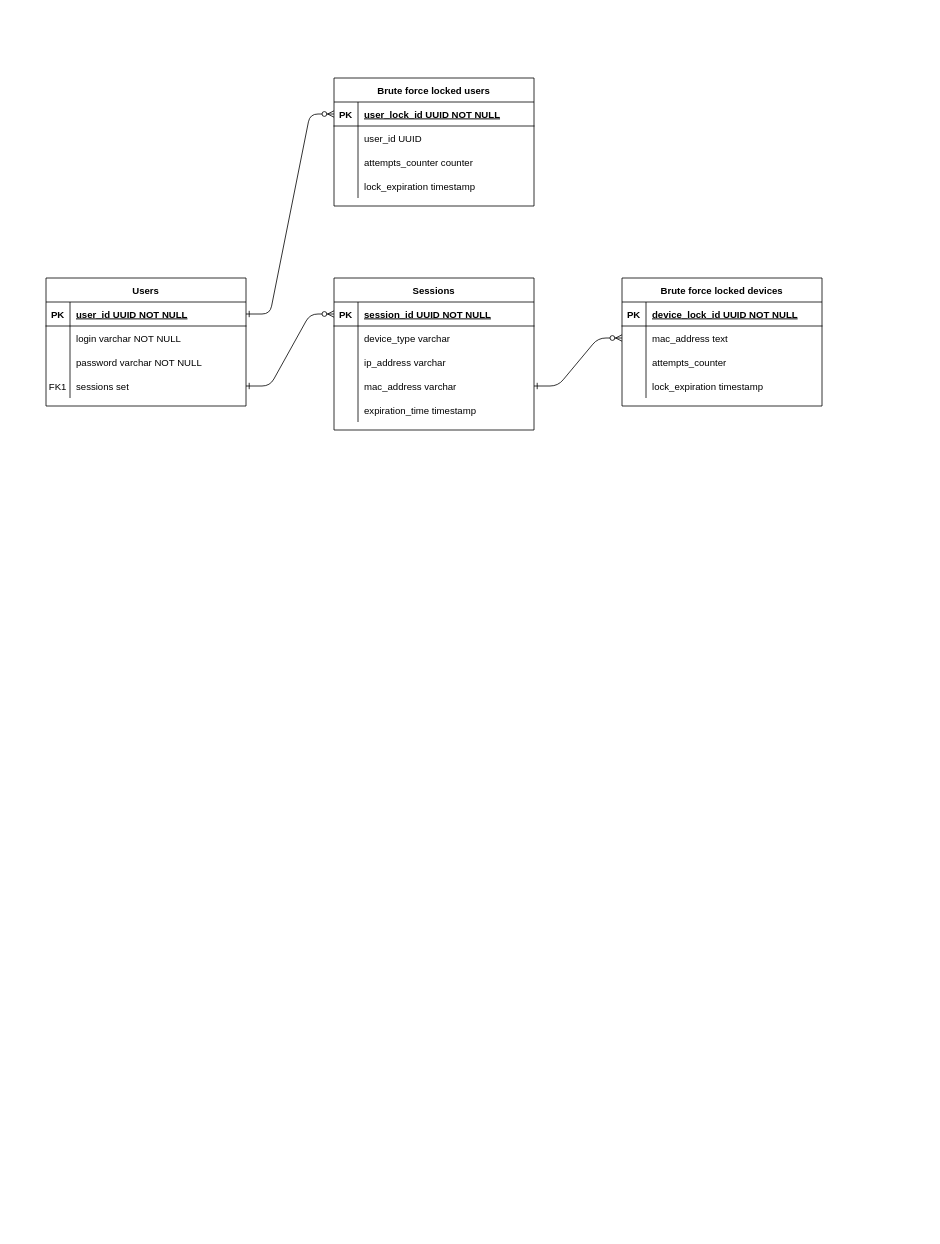
Before: docs/DB_schema.drawio in CoyotWilly/CaSSO, a draw.io diagram. Source tidied: cells renumbered, new cells numbered last; positions are measured from the earlier drawing's top-left corner, leaving out a move shared by most shapes. Both pictures are drawn from the tidied source at 80%, with x=0, y=0 at pixel (46, 78).
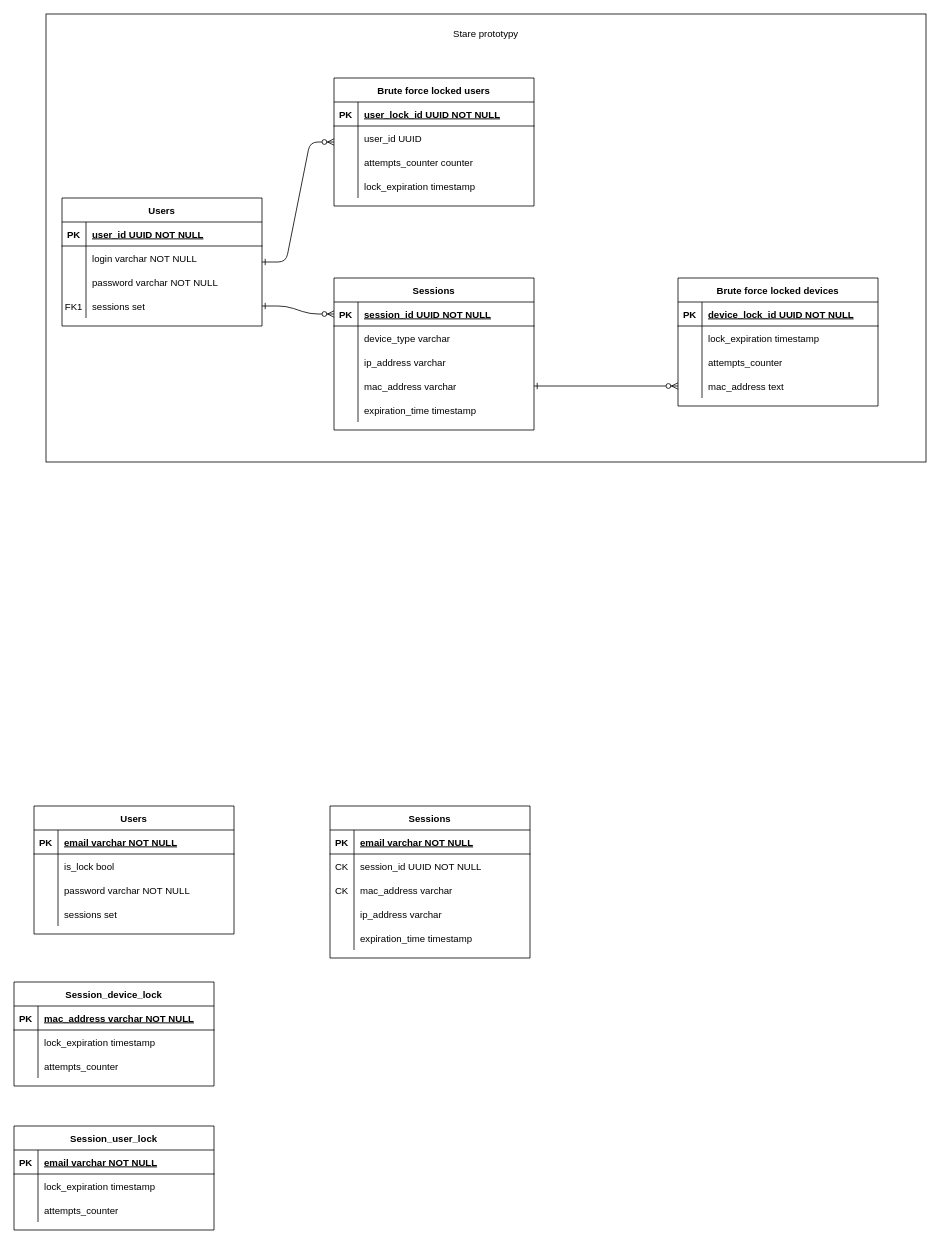
The same diagram, later.

The change refers to these unchanged cells:
```xml
<mxCell id="3" style="shape=partialRectangle;fillColor=none;points=[[0,0.5],[1,0.5]];portConstraint=eastwest;top=0;left=0;right=0;bottom=1;" parent="2" vertex="1">
  <mxGeometry y="30" width="250" height="30" as="geometry" />
</mxCell>
<mxCell id="45" style="shape=partialRectangle;fillColor=none;points=[[0,0.5],[1,0.5]];portConstraint=eastwest;top=0;left=0;right=0;bottom=1;" parent="44" vertex="1">
  <mxGeometry y="30" width="250" height="30" as="geometry" />
</mxCell>
```

The edit, as a diff of the source:
```diff
@@
+    <mxCell id="60" style="rounded=0;whiteSpace=wrap;html=1;" parent="1" vertex="1">
+      <mxGeometry y="-80" width="1100" height="560" as="geometry" />
+    </mxCell>
     <mxCell id="2" value="Users" style="shape=table;startSize=30;childLayout=tableLayout;rowLines=0;fontStyle=1;align=center;" parent="1" vertex="1">
-      <mxGeometry y="250" width="250" height="160" as="geometry" />
+      <mxGeometry x="20" y="150" width="250" height="160" as="geometry" />
     </mxCell>
@@
     <mxCell id="31" value="Brute force locked devices" style="shape=table;startSize=30;childLayout=tableLayout;rowLines=0;fontStyle=1;align=center;" parent="1" vertex="1">
-      <mxGeometry x="720" y="250" width="250" height="160" as="geometry" />
+      <mxGeometry x="790" y="250" width="250" height="160" as="geometry" />
     </mxCell>
@@
+    <mxCell id="41" style="shape=partialRectangle;fillColor=none;top=0;left=0;right=0;bottom=0;" parent="31" vertex="1">
+      <mxGeometry y="60" width="250" height="30" as="geometry" />
+    </mxCell>
+    <mxCell id="42" style="shape=partialRectangle;overflow=hidden;fillColor=none;top=0;left=0;bottom=0;right=0;" parent="41" vertex="1">
+      <mxGeometry width="30" height="30" as="geometry" />
+    </mxCell>
+    <mxCell id="43" value="lock_expiration timestamp" style="shape=partialRectangle;overflow=hidden;fillColor=none;top=0;left=0;bottom=0;right=0;align=left;spacingLeft=6;" parent="41" vertex="1">
+      <mxGeometry x="30" width="220" height="30" as="geometry" />
+    </mxCell>
+    <mxCell id="38" style="shape=partialRectangle;fillColor=none;top=0;left=0;right=0;bottom=0;" parent="31" vertex="1">
+      <mxGeometry y="90" width="250" height="30" as="geometry" />
+    </mxCell>
+    <mxCell id="39" style="shape=partialRectangle;overflow=hidden;fillColor=none;top=0;left=0;bottom=0;right=0;" parent="38" vertex="1">
+      <mxGeometry width="30" height="30" as="geometry" />
+    </mxCell>
+    <mxCell id="40" value="attempts_counter" style="shape=partialRectangle;overflow=hidden;fillColor=none;top=0;left=0;bottom=0;right=0;align=left;spacingLeft=6;" parent="38" vertex="1">
+      <mxGeometry x="30" width="220" height="30" as="geometry" />
+    </mxCell>
     <mxCell id="35" style="shape=partialRectangle;fillColor=none;points=[[0,0.5],[1,0.5]];portConstraint=eastwest;top=0;left=0;right=0;bottom=0;" parent="31" vertex="1">
-      <mxGeometry y="60" width="250" height="30" as="geometry" />
+      <mxGeometry y="120" width="250" height="30" as="geometry" />
     </mxCell>
@@
-    <mxCell id="38" style="shape=partialRectangle;fillColor=none;top=0;left=0;right=0;bottom=0;" parent="31" vertex="1">
-      <mxGeometry y="90" width="250" height="30" as="geometry" />
-    </mxCell>
-    <mxCell id="39" style="shape=partialRectangle;overflow=hidden;fillColor=none;top=0;left=0;bottom=0;right=0;" parent="38" vertex="1">
-      <mxGeometry width="30" height="30" as="geometry" />
-    </mxCell>
-    <mxCell id="40" value="attempts_counter" style="shape=partialRectangle;overflow=hidden;fillColor=none;top=0;left=0;bottom=0;right=0;align=left;spacingLeft=6;" parent="38" vertex="1">
-      <mxGeometry x="30" width="220" height="30" as="geometry" />
-    </mxCell>
-    <mxCell id="41" style="shape=partialRectangle;fillColor=none;top=0;left=0;right=0;bottom=0;" parent="31" vertex="1">
-      <mxGeometry y="120" width="250" height="30" as="geometry" />
-    </mxCell>
-    <mxCell id="42" style="shape=partialRectangle;overflow=hidden;fillColor=none;top=0;left=0;bottom=0;right=0;" parent="41" vertex="1">
-      <mxGeometry width="30" height="30" as="geometry" />
-    </mxCell>
-    <mxCell id="43" value="lock_expiration timestamp" style="shape=partialRectangle;overflow=hidden;fillColor=none;top=0;left=0;bottom=0;right=0;align=left;spacingLeft=6;" parent="41" vertex="1">
-      <mxGeometry x="30" width="220" height="30" as="geometry" />
-    </mxCell>
@@
-    <mxCell id="59" style="edgeStyle=entityRelationEdgeStyle;shape=connector;rounded=1;jettySize=auto;html=1;exitX=1;exitY=0.5;exitDx=0;exitDy=0;entryX=0;entryY=0.5;entryDx=0;entryDy=0;strokeColor=default;align=center;verticalAlign=middle;fontFamily=Helvetica;fontSize=11;fontColor=default;labelBackgroundColor=default;startArrow=ERone;startFill=0;endArrow=ERzeroToMany;endFill=1;" parent="1" edge="1" source="3" target="45">
-      <mxGeometry relative="1" as="geometry" />
+    <mxCell id="59" style="edgeStyle=entityRelationEdgeStyle;shape=connector;rounded=1;orthogonalLoop=1;jettySize=auto;html=1;exitX=1;exitY=0.5;exitDx=0;exitDy=0;entryX=0;entryY=0.5;entryDx=0;entryDy=0;strokeColor=default;align=center;verticalAlign=middle;fontFamily=Helvetica;fontSize=11;fontColor=default;labelBackgroundColor=default;startArrow=ERone;startFill=0;endArrow=ERzeroToMany;endFill=1;" parent="1" edge="1">
+      <mxGeometry relative="1" as="geometry">
+        <mxPoint x="270" y="230" as="sourcePoint" />
+        <mxPoint x="360" y="80" as="targetPoint" />
+      </mxGeometry>
     </mxCell>
+    <mxCell id="61" value="Stare prototypy" style="text;html=1;align=center;verticalAlign=middle;whiteSpace=wrap;rounded=0;" parent="1" vertex="1">
+      <mxGeometry x="425" y="-70" width="250" height="30" as="geometry" />
+    </mxCell>
+    <mxCell id="62" value="Users" style="shape=table;startSize=30;childLayout=tableLayout;rowLines=0;fontStyle=1;align=center;" parent="1" vertex="1">
+      <mxGeometry x="-15" y="910" width="250" height="160" as="geometry" />
+    </mxCell>
+    <mxCell id="63" style="shape=partialRectangle;fillColor=none;top=0;left=0;right=0;bottom=1;" parent="62" vertex="1">
+      <mxGeometry y="30" width="250" height="30" as="geometry" />
+    </mxCell>
+    <mxCell id="64" value="PK" style="shape=partialRectangle;overflow=hidden;fillColor=none;top=0;left=0;bottom=0;right=0;fontStyle=1;" parent="63" vertex="1">
+      <mxGeometry width="30" height="30" as="geometry" />
+    </mxCell>
+    <mxCell id="65" value="email varchar NOT NULL" style="shape=partialRectangle;overflow=hidden;fillColor=none;top=0;left=0;bottom=0;right=0;align=left;spacingLeft=6;fontStyle=5;" parent="63" vertex="1">
+      <mxGeometry x="30" width="220" height="30" as="geometry" />
+    </mxCell>
+    <mxCell id="66" style="shape=partialRectangle;fillColor=none;top=0;left=0;right=0;bottom=0;" parent="62" vertex="1">
+      <mxGeometry y="60" width="250" height="30" as="geometry" />
+    </mxCell>
+    <mxCell id="67" style="shape=partialRectangle;overflow=hidden;fillColor=none;top=0;left=0;bottom=0;right=0;" parent="66" vertex="1">
+      <mxGeometry width="30" height="30" as="geometry" />
+    </mxCell>
+    <mxCell id="68" value="is_lock bool" style="shape=partialRectangle;overflow=hidden;fillColor=none;top=0;left=0;bottom=0;right=0;align=left;spacingLeft=6;" parent="66" vertex="1">
+      <mxGeometry x="30" width="220" height="30" as="geometry" />
+    </mxCell>
+    <mxCell id="69" style="shape=partialRectangle;fillColor=none;top=0;left=0;right=0;bottom=0;" parent="62" vertex="1">
+      <mxGeometry y="90" width="250" height="30" as="geometry" />
+    </mxCell>
+    <mxCell id="70" style="shape=partialRectangle;overflow=hidden;fillColor=none;top=0;left=0;bottom=0;right=0;" parent="69" vertex="1">
+      <mxGeometry width="30" height="30" as="geometry" />
+    </mxCell>
+    <mxCell id="71" value="password varchar NOT NULL" style="shape=partialRectangle;overflow=hidden;fillColor=none;top=0;left=0;bottom=0;right=0;align=left;spacingLeft=6;" parent="69" vertex="1">
+      <mxGeometry x="30" width="220" height="30" as="geometry" />
+    </mxCell>
+    <mxCell id="72" style="shape=partialRectangle;fillColor=none;top=0;left=0;right=0;bottom=0;" parent="62" vertex="1">
+      <mxGeometry y="120" width="250" height="30" as="geometry" />
+    </mxCell>
+    <mxCell id="73" style="shape=partialRectangle;overflow=hidden;fillColor=none;top=0;left=0;bottom=0;right=0;" parent="72" vertex="1">
+      <mxGeometry width="30" height="30" as="geometry" />
+    </mxCell>
+    <mxCell id="74" value="sessions set" style="shape=partialRectangle;overflow=hidden;fillColor=none;top=0;left=0;bottom=0;right=0;align=left;spacingLeft=6;" parent="72" vertex="1">
+      <mxGeometry x="30" width="220" height="30" as="geometry" />
+    </mxCell>
+    <mxCell id="75" value="Sessions" style="shape=table;startSize=30;childLayout=tableLayout;rowLines=0;fontStyle=1;align=center;" parent="1" vertex="1">
+      <mxGeometry x="355" y="910" width="250" height="190" as="geometry" />
+    </mxCell>
+    <mxCell id="76" style="shape=partialRectangle;fillColor=none;top=0;left=0;right=0;bottom=1;" parent="75" vertex="1">
+      <mxGeometry y="30" width="250" height="30" as="geometry" />
+    </mxCell>
+    <mxCell id="77" value="PK" style="shape=partialRectangle;overflow=hidden;fillColor=none;top=0;left=0;bottom=0;right=0;fontStyle=1;" parent="76" vertex="1">
+      <mxGeometry width="30" height="30" as="geometry" />
+    </mxCell>
+    <mxCell id="78" value="email varchar NOT NULL" style="shape=partialRectangle;overflow=hidden;fillColor=none;top=0;left=0;bottom=0;right=0;align=left;spacingLeft=6;fontStyle=5;" parent="76" vertex="1">
+      <mxGeometry x="30" width="220" height="30" as="geometry" />
+    </mxCell>
+    <mxCell id="79" style="shape=partialRectangle;fillColor=none;top=0;left=0;right=0;bottom=0;" parent="75" vertex="1">
+      <mxGeometry y="60" width="250" height="30" as="geometry" />
+    </mxCell>
+    <mxCell id="80" value="CK" style="shape=partialRectangle;overflow=hidden;fillColor=none;top=0;left=0;bottom=0;right=0;" parent="79" vertex="1">
+      <mxGeometry width="30" height="30" as="geometry" />
+    </mxCell>
+    <mxCell id="81" value="session_id UUID NOT NULL" style="shape=partialRectangle;overflow=hidden;fillColor=none;top=0;left=0;bottom=0;right=0;align=left;spacingLeft=6;" parent="79" vertex="1">
+      <mxGeometry x="30" width="220" height="30" as="geometry" />
+    </mxCell>
+    <mxCell id="82" style="shape=partialRectangle;fillColor=none;top=0;left=0;right=0;bottom=0;" parent="75" vertex="1">
+      <mxGeometry y="90" width="250" height="30" as="geometry" />
+    </mxCell>
+    <mxCell id="83" value="CK" style="shape=partialRectangle;overflow=hidden;fillColor=none;top=0;left=0;bottom=0;right=0;" parent="82" vertex="1">
+      <mxGeometry width="30" height="30" as="geometry" />
+    </mxCell>
+    <mxCell id="84" value="mac_address varchar" style="shape=partialRectangle;overflow=hidden;fillColor=none;top=0;left=0;bottom=0;right=0;align=left;spacingLeft=6;" parent="82" vertex="1">
+      <mxGeometry x="30" width="220" height="30" as="geometry" />
+    </mxCell>
+    <mxCell id="85" style="shape=partialRectangle;fillColor=none;top=0;left=0;right=0;bottom=0;" parent="75" vertex="1">
+      <mxGeometry y="120" width="250" height="30" as="geometry" />
+    </mxCell>
+    <mxCell id="86" style="shape=partialRectangle;overflow=hidden;fillColor=none;top=0;left=0;bottom=0;right=0;" parent="85" vertex="1">
+      <mxGeometry width="30" height="30" as="geometry" />
+    </mxCell>
+    <mxCell id="87" value="ip_address varchar" style="shape=partialRectangle;overflow=hidden;fillColor=none;top=0;left=0;bottom=0;right=0;align=left;spacingLeft=6;" parent="85" vertex="1">
+      <mxGeometry x="30" width="220" height="30" as="geometry" />
+    </mxCell>
+    <mxCell id="88" style="shape=partialRectangle;fillColor=none;top=0;left=0;right=0;bottom=0;" parent="75" vertex="1">
+      <mxGeometry y="150" width="250" height="30" as="geometry" />
+    </mxCell>
+    <mxCell id="89" style="shape=partialRectangle;overflow=hidden;fillColor=none;top=0;left=0;bottom=0;right=0;" parent="88" vertex="1">
+      <mxGeometry width="30" height="30" as="geometry" />
+    </mxCell>
+    <mxCell id="90" value="expiration_time timestamp" style="shape=partialRectangle;overflow=hidden;fillColor=none;top=0;left=0;bottom=0;right=0;align=left;spacingLeft=6;" parent="88" vertex="1">
+      <mxGeometry x="30" width="220" height="30" as="geometry" />
+    </mxCell>
+    <mxCell id="91" value="Session_device_lock" style="shape=table;startSize=30;childLayout=tableLayout;rowLines=0;fontStyle=1;align=center;" parent="1" vertex="1">
+      <mxGeometry x="-40" y="1130" width="250" height="130" as="geometry" />
+    </mxCell>
+    <mxCell id="92" style="shape=partialRectangle;fillColor=none;top=0;left=0;right=0;bottom=1;" parent="91" vertex="1">
+      <mxGeometry y="30" width="250" height="30" as="geometry" />
+    </mxCell>
+    <mxCell id="93" value="PK" style="shape=partialRectangle;overflow=hidden;fillColor=none;top=0;left=0;bottom=0;right=0;fontStyle=1;" parent="92" vertex="1">
+      <mxGeometry width="30" height="30" as="geometry" />
+    </mxCell>
+    <mxCell id="94" value="mac_address varchar NOT NULL" style="shape=partialRectangle;overflow=hidden;fillColor=none;top=0;left=0;bottom=0;right=0;align=left;spacingLeft=6;fontStyle=5;" parent="92" vertex="1">
+      <mxGeometry x="30" width="220" height="30" as="geometry" />
+    </mxCell>
+    <mxCell id="95" style="shape=partialRectangle;fillColor=none;top=0;left=0;right=0;bottom=0;" parent="91" vertex="1">
+      <mxGeometry y="60" width="250" height="30" as="geometry" />
+    </mxCell>
+    <mxCell id="96" style="shape=partialRectangle;overflow=hidden;fillColor=none;top=0;left=0;bottom=0;right=0;" parent="95" vertex="1">
+      <mxGeometry width="30" height="30" as="geometry" />
+    </mxCell>
+    <mxCell id="97" value="lock_expiration timestamp" style="shape=partialRectangle;overflow=hidden;fillColor=none;top=0;left=0;bottom=0;right=0;align=left;spacingLeft=6;" parent="95" vertex="1">
+      <mxGeometry x="30" width="220" height="30" as="geometry" />
+    </mxCell>
+    <mxCell id="98" style="shape=partialRectangle;fillColor=none;top=0;left=0;right=0;bottom=0;" parent="91" vertex="1">
+      <mxGeometry y="90" width="250" height="30" as="geometry" />
+    </mxCell>
+    <mxCell id="99" style="shape=partialRectangle;overflow=hidden;fillColor=none;top=0;left=0;bottom=0;right=0;" parent="98" vertex="1">
+      <mxGeometry width="30" height="30" as="geometry" />
+    </mxCell>
+    <mxCell id="100" value="attempts_counter" style="shape=partialRectangle;overflow=hidden;fillColor=none;top=0;left=0;bottom=0;right=0;align=left;spacingLeft=6;" parent="98" vertex="1">
+      <mxGeometry x="30" width="220" height="30" as="geometry" />
+    </mxCell>
+    <mxCell id="101" value="Session_user_lock" style="shape=table;startSize=30;childLayout=tableLayout;rowLines=0;fontStyle=1;align=center;" parent="1" vertex="1">
+      <mxGeometry x="-40" y="1310" width="250" height="130" as="geometry" />
+    </mxCell>
+    <mxCell id="102" style="shape=partialRectangle;fillColor=none;top=0;left=0;right=0;bottom=1;" parent="101" vertex="1">
+      <mxGeometry y="30" width="250" height="30" as="geometry" />
+    </mxCell>
+    <mxCell id="103" value="PK" style="shape=partialRectangle;overflow=hidden;fillColor=none;top=0;left=0;bottom=0;right=0;fontStyle=1;" parent="102" vertex="1">
+      <mxGeometry width="30" height="30" as="geometry" />
+    </mxCell>
+    <mxCell id="104" value="email varchar NOT NULL" style="shape=partialRectangle;overflow=hidden;fillColor=none;top=0;left=0;bottom=0;right=0;align=left;spacingLeft=6;fontStyle=5;" parent="102" vertex="1">
+      <mxGeometry x="30" width="220" height="30" as="geometry" />
+    </mxCell>
+    <mxCell id="105" style="shape=partialRectangle;fillColor=none;top=0;left=0;right=0;bottom=0;" parent="101" vertex="1">
+      <mxGeometry y="60" width="250" height="30" as="geometry" />
+    </mxCell>
+    <mxCell id="106" style="shape=partialRectangle;overflow=hidden;fillColor=none;top=0;left=0;bottom=0;right=0;" parent="105" vertex="1">
+      <mxGeometry width="30" height="30" as="geometry" />
+    </mxCell>
+    <mxCell id="107" value="lock_expiration timestamp" style="shape=partialRectangle;overflow=hidden;fillColor=none;top=0;left=0;bottom=0;right=0;align=left;spacingLeft=6;" parent="105" vertex="1">
+      <mxGeometry x="30" width="220" height="30" as="geometry" />
+    </mxCell>
+    <mxCell id="108" style="shape=partialRectangle;fillColor=none;top=0;left=0;right=0;bottom=0;" parent="101" vertex="1">
+      <mxGeometry y="90" width="250" height="30" as="geometry" />
+    </mxCell>
+    <mxCell id="109" style="shape=partialRectangle;overflow=hidden;fillColor=none;top=0;left=0;bottom=0;right=0;" parent="108" vertex="1">
+      <mxGeometry width="30" height="30" as="geometry" />
+    </mxCell>
+    <mxCell id="110" value="attempts_counter" style="shape=partialRectangle;overflow=hidden;fillColor=none;top=0;left=0;bottom=0;right=0;align=left;spacingLeft=6;" parent="108" vertex="1">
+      <mxGeometry x="30" width="220" height="30" as="geometry" />
+    </mxCell>
```
